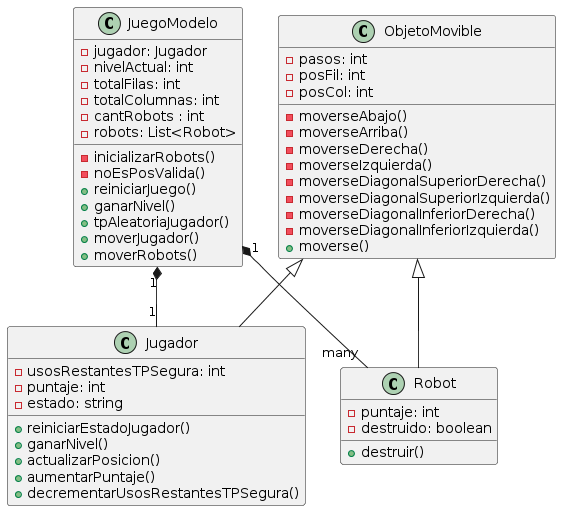
Before: doc/diagrama_uml_clases_tp1_pdp.png, a diagram exported from PlantUML (jesapugliese/robots-remake). Source of this version:
```plantuml
@startuml
class JuegoModelo {
- jugador: Jugador
- nivelActual: int
- totalFilas: int
- totalColumnas: int
- cantRobots : int
- robots: List<Robot>

-inicializarRobots()
-noEsPosValida()
+reiniciarJuego()
+ganarNivel()
+tpAleatoriaJugador()
+moverJugador()
+moverRobots()
}

class ObjetoMovible {
- pasos: int
- posFil: int
- posCol: int

-moverseAbajo()
-moverseArriba()
-moverseDerecha()
-moverseIzquierda()
-moverseDiagonalSuperiorDerecha()
-moverseDiagonalSuperiorIzquierda()
-moverseDiagonalInferiorDerecha()
-moverseDiagonalInferiorIzquierda()
+moverse()
}

class Jugador {
- usosRestantesTPSegura: int
- puntaje: int
- estado: string

+reiniciarEstadoJugador()
+ganarNivel()
+actualizarPosicion()
+aumentarPuntaje()
+decrementarUsosRestantesTPSegura()
}

class Robot {
- puntaje: int
- destruido: boolean

+destruir()
}

ObjetoMovible <|-- Jugador
ObjetoMovible <|-- Robot
JuegoModelo "1" *-- "1" Jugador
JuegoModelo "1" *-- "many" Robot
@enduml
```
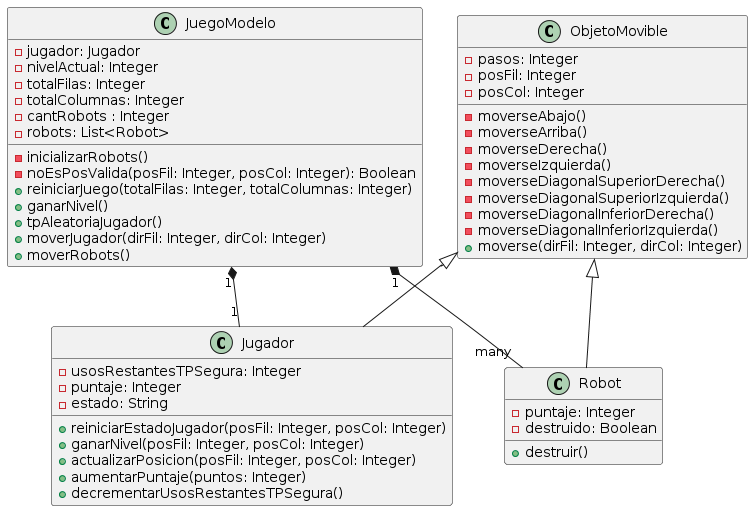
Above is the later version.

Change to the diagram source:
```diff
@@ -1,25 +1,25 @@
 @startuml
 class JuegoModelo {
 - jugador: Jugador
-- nivelActual: int
-- totalFilas: int
-- totalColumnas: int
-- cantRobots : int
+- nivelActual: Integer
+- totalFilas: Integer
+- totalColumnas: Integer
+- cantRobots : Integer
 - robots: List<Robot>
 
 -inicializarRobots()
--noEsPosValida()
-+reiniciarJuego()
+-noEsPosValida(posFil: Integer, posCol: Integer): Boolean
++reiniciarJuego(totalFilas: Integer, totalColumnas: Integer)
 +ganarNivel()
 +tpAleatoriaJugador()
-+moverJugador()
++moverJugador(dirFil: Integer, dirCol: Integer)
 +moverRobots()
 }
 
 class ObjetoMovible {
-- pasos: int
-- posFil: int
-- posCol: int
+- pasos: Integer
+- posFil: Integer
+- posCol: Integer
 
 -moverseAbajo()
 -moverseArriba()
@@ -29,24 +29,24 @@
 -moverseDiagonalSuperiorIzquierda()
 -moverseDiagonalInferiorDerecha()
 -moverseDiagonalInferiorIzquierda()
-+moverse()
++moverse(dirFil: Integer, dirCol: Integer)
 }
 
 class Jugador {
-- usosRestantesTPSegura: int
-- puntaje: int
-- estado: string
+- usosRestantesTPSegura: Integer
+- puntaje: Integer
+- estado: String
 
-+reiniciarEstadoJugador()
-+ganarNivel()
-+actualizarPosicion()
-+aumentarPuntaje()
++reiniciarEstadoJugador(posFil: Integer, posCol: Integer)
++ganarNivel(posFil: Integer, posCol: Integer)
++actualizarPosicion(posFil: Integer, posCol: Integer)
++aumentarPuntaje(puntos: Integer)
 +decrementarUsosRestantesTPSegura()
 }
 
 class Robot {
-- puntaje: int
-- destruido: boolean
+- puntaje: Integer
+- destruido: Boolean
 
 +destruir()
 }
```
